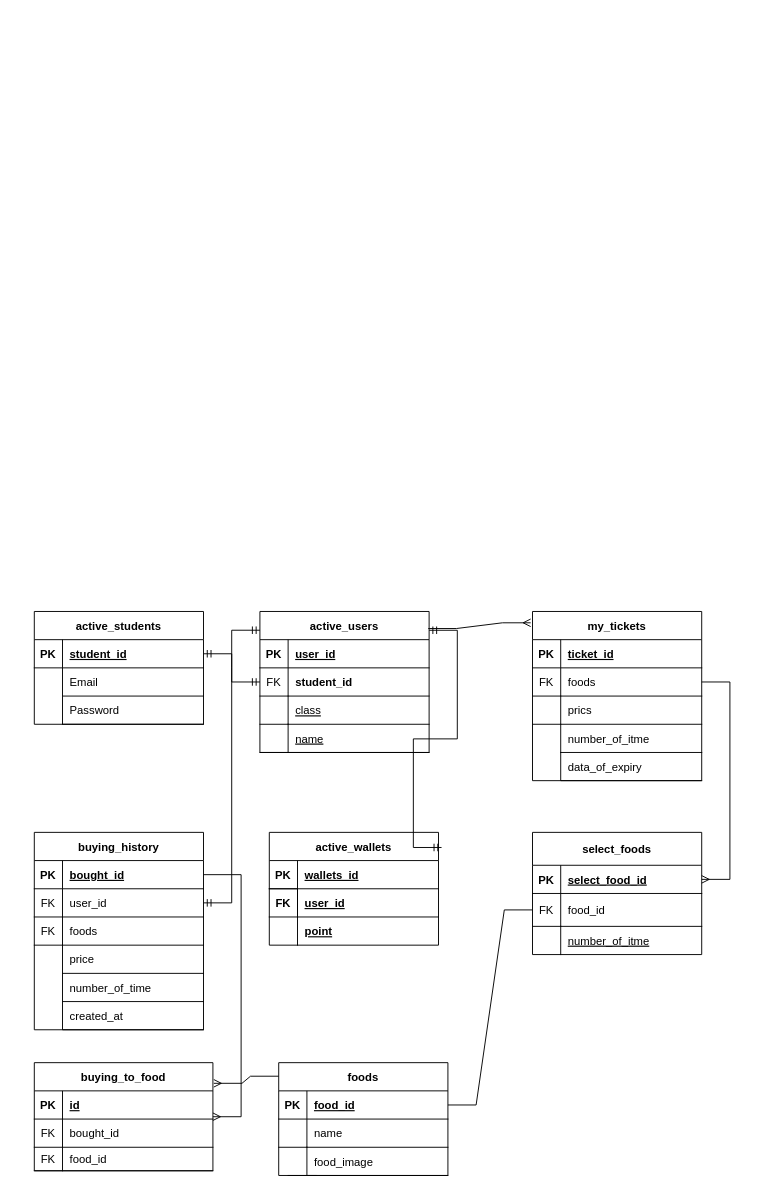
Before: api/名称未設定ファイル.drawio in set2002satoshi/web_content, a draw.io diagram. Source tidied: cells renumbered, new cells numbered last; positions are measured from the earlier drawing's top-left corner, leaving out a move shared by most shapes. Both pictures are drawn from the tidied source at 94%, with x=0, y=0 at pixel (15, 611).
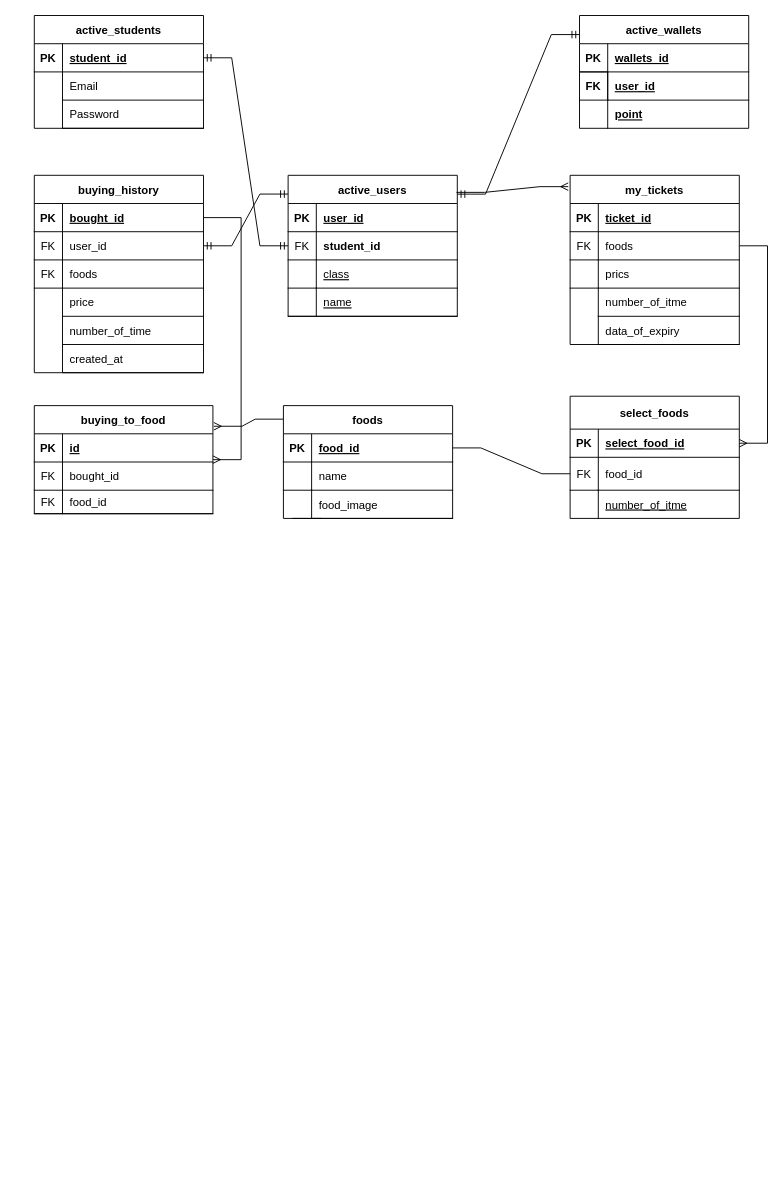
After the change.

Commit message:
名称未設定ファイル.drawio を更新します

Unchanged cells that the change refers to:
```xml
<mxCell id="76" style="shape=tableRow;horizontal=0;startSize=0;swimlaneHead=0;swimlaneBody=0;fillColor=none;top=0;left=0;right=0;bottom=0;" parent="1" vertex="1">
  <mxGeometry y="500" width="180" height="30" as="geometry" />
</mxCell>
```

What changed in the source:
```diff
@@
     <mxCell id="2" value="active_students" style="shape=table;startSize=30;childLayout=tableLayout;rowLines=0;fontStyle=1;align=center;" parent="1" vertex="1">
-      <mxGeometry x="20" width="180" height="120" as="geometry" />
+      <mxGeometry x="20" y="-634" width="180" height="120" as="geometry" />
     </mxCell>
@@
     <mxCell id="12" value="active_users" style="shape=table;startSize=30;childLayout=tableLayout;rowLines=0;fontStyle=1;align=center;" parent="1" vertex="1">
-      <mxGeometry x="260" width="180" height="150" as="geometry" />
+      <mxGeometry x="290" y="-464" width="180" height="150" as="geometry" />
     </mxCell>
@@
     <mxCell id="22" value="active_wallets" style="shape=table;startSize=30;childLayout=tableLayout;rowLines=0;fontStyle=1;align=center;" parent="1" vertex="1">
-      <mxGeometry x="270" y="235" width="180" height="120" as="geometry" />
+      <mxGeometry x="600" y="-634" width="180" height="120" as="geometry" />
     </mxCell>
@@
     <mxCell id="30" value="my_tickets" style="shape=table;startSize=30;childLayout=tableLayout;rowLines=0;fontStyle=1;align=center;" parent="1" vertex="1">
-      <mxGeometry x="550" width="180" height="180" as="geometry" />
+      <mxGeometry x="590" y="-464" width="180" height="180" as="geometry" />
     </mxCell>
@@
     <mxCell id="43" value="user_id" style="shape=partialRectangle;fillColor=none;top=0;left=1;bottom=0;right=0;align=left;spacingLeft=6;fontStyle=5;overflow=hidden;" parent="1" vertex="1">
-      <mxGeometry x="300" y="295" width="150" height="30" as="geometry" />
+      <mxGeometry x="630" y="-574" width="150" height="30" as="geometry" />
     </mxCell>
-    <mxCell id="44" style="edgeStyle=entityRelationEdgeStyle;fontSize=12;html=1;endArrow=ERmandOne;startArrow=ERmandOne;rounded=0;fontColor=none;entryX=1.018;entryY=0.134;entryDx=0;entryDy=0;entryPerimeter=0;" parent="1" edge="1" target="22">
+    <mxCell id="44" style="edgeStyle=entityRelationEdgeStyle;fontSize=12;html=1;endArrow=ERmandOne;startArrow=ERmandOne;rounded=0;fontColor=none;entryX=0;entryY=0.169;entryDx=0;entryDy=0;entryPerimeter=0;" parent="1" edge="1" target="22">
       <mxGeometry relative="1" as="geometry">
-        <mxPoint x="440" y="20" as="sourcePoint" />
+        <mxPoint x="470" y="-444" as="sourcePoint" />
       </mxGeometry>
     </mxCell>
     <mxCell id="45" style="shape=tableRow;horizontal=0;startSize=0;swimlaneHead=0;swimlaneBody=0;fillColor=none;top=0;left=0;right=0;bottom=1;" parent="1" vertex="1">
-      <mxGeometry x="260" y="120" width="180" height="30" as="geometry" />
+      <mxGeometry x="290" y="-344" width="180" height="30" as="geometry" />
     </mxCell>
     <mxCell id="46" value="class" style="shape=partialRectangle;fillColor=none;top=0;left=0;bottom=0;right=0;align=left;spacingLeft=6;fontStyle=4;overflow=hidden;fontColor=default;strokeColor=default;" parent="1" vertex="1">
-      <mxGeometry x="290" y="90" width="150" height="30" as="geometry" />
+      <mxGeometry x="320" y="-374" width="150" height="30" as="geometry" />
     </mxCell>
     <mxCell id="47" style="shape=partialRectangle;fillColor=none;top=0;left=0;bottom=1;right=0;fontStyle=1;overflow=hidden;colspan=1;" parent="1" vertex="1">
-      <mxGeometry x="260" y="90" width="30" height="30" as="geometry" />
+      <mxGeometry x="290" y="-374" width="30" height="30" as="geometry" />
     </mxCell>
     <mxCell id="48" value="name" style="shape=partialRectangle;fillColor=none;top=0;left=1;bottom=0;right=0;align=left;spacingLeft=6;fontStyle=4;overflow=hidden;" parent="1" vertex="1">
-      <mxGeometry x="290" y="120" width="150" height="30" as="geometry" />
+      <mxGeometry x="320" y="-344" width="150" height="30" as="geometry" />
     </mxCell>
@@
     <mxCell id="50" value="FK" style="shape=partialRectangle;fillColor=none;top=1;left=0;bottom=1;right=0;fontStyle=1;overflow=hidden;colspan=1;" parent="1" vertex="1">
-      <mxGeometry x="270" y="295" width="30" height="30" as="geometry" />
+      <mxGeometry x="600" y="-574" width="30" height="30" as="geometry" />
     </mxCell>
     <mxCell id="51" value="point" style="shape=partialRectangle;fillColor=none;top=0;left=1;bottom=0;right=0;align=left;spacingLeft=6;fontStyle=5;overflow=hidden;" parent="1" vertex="1">
-      <mxGeometry x="300" y="325" width="150" height="30" as="geometry" />
+      <mxGeometry x="630" y="-544" width="150" height="30" as="geometry" />
     </mxCell>
     <mxCell id="52" style="shape=tableRow;horizontal=0;startSize=0;swimlaneHead=0;swimlaneBody=0;fillColor=none;top=0;left=0;right=0;bottom=0;" parent="1" vertex="1">
-      <mxGeometry x="550" y="150" width="180" height="30" as="geometry" />
+      <mxGeometry x="590" y="-314" width="180" height="30" as="geometry" />
     </mxCell>
@@
     <mxCell id="55" value="select_foods" style="shape=table;startSize=35;childLayout=tableLayout;rowLines=0;fontStyle=1;align=center;" parent="1" vertex="1">
-      <mxGeometry x="550" y="235" width="180" height="130" as="geometry" />
+      <mxGeometry x="590" y="-229" width="180" height="130" as="geometry" />
     </mxCell>
@@
     <mxCell id="62" style="shape=tableRow;horizontal=0;startSize=0;swimlaneHead=0;swimlaneBody=0;fillColor=none;top=0;left=0;right=0;bottom=0;" parent="1" vertex="1">
-      <mxGeometry x="550" y="325" width="180" height="30" as="geometry" />
+      <mxGeometry x="590" y="-139" width="180" height="30" as="geometry" />
     </mxCell>
     <mxCell id="63" style="shape=tableRow;horizontal=0;startSize=0;swimlaneHead=0;swimlaneBody=0;fillColor=none;top=0;left=0;right=0;bottom=0;" parent="1" vertex="1">
-      <mxGeometry x="550" y="305" width="180" height="30" as="geometry" />
+      <mxGeometry x="590" y="-159" width="180" height="30" as="geometry" />
     </mxCell>
     <mxCell id="64" style="shape=tableRow;horizontal=0;startSize=0;swimlaneHead=0;swimlaneBody=0;fillColor=none;top=0;left=0;right=0;bottom=0;" parent="1" vertex="1">
-      <mxGeometry x="560" y="355" width="180" height="30" as="geometry" />
+      <mxGeometry x="600" y="465" width="180" height="30" as="geometry" />
     </mxCell>
@@
     <mxCell id="66" value="buying_history" style="shape=table;startSize=30;childLayout=tableLayout;rowLines=0;fontStyle=1;align=center;" parent="1" vertex="1">
-      <mxGeometry x="20" y="235" width="180" height="210" as="geometry" />
+      <mxGeometry x="20" y="-464" width="180" height="210" as="geometry" />
     </mxCell>
@@
     <mxCell id="78" value="number_of_time" style="shape=partialRectangle;fillColor=none;top=0;left=1;bottom=1;right=0;align=left;spacingLeft=6;overflow=hidden;" parent="76" vertex="1">
-      <mxGeometry x="50" y="-115" width="150" height="30" as="geometry" />
+      <mxGeometry x="50" y="-814" width="150" height="30" as="geometry" />
     </mxCell>
     <mxCell id="79" value="created_at" style="shape=partialRectangle;fillColor=none;top=0;left=1;bottom=1;right=0;align=left;spacingLeft=6;overflow=hidden;" parent="1" vertex="1">
-      <mxGeometry x="50" y="415" width="150" height="30" as="geometry" />
+      <mxGeometry x="50" y="-284" width="150" height="30" as="geometry" />
     </mxCell>
     <mxCell id="80" value="price" style="shape=partialRectangle;fillColor=none;top=0;left=1;bottom=1;right=0;align=left;spacingLeft=6;overflow=hidden;" parent="1" vertex="1">
-      <mxGeometry x="50" y="355" width="150" height="30" as="geometry" />
+      <mxGeometry x="50" y="-344" width="150" height="30" as="geometry" />
     </mxCell>
@@
     <mxCell id="82" value="foods" style="shape=table;startSize=30;childLayout=tableLayout;rowLines=0;fontStyle=1;align=center;" parent="1" vertex="1">
-      <mxGeometry x="280" y="480" width="180" height="120" as="geometry" />
+      <mxGeometry x="285" y="-219" width="180" height="120" as="geometry" />
     </mxCell>
@@
     <mxCell id="89" style="shape=tableRow;horizontal=0;startSize=0;swimlaneHead=0;swimlaneBody=0;fillColor=none;top=0;left=0;right=0;bottom=0;" parent="1" vertex="1">
-      <mxGeometry x="280" y="570" width="180" height="30" as="geometry" />
+      <mxGeometry x="285" y="-129" width="180" height="30" as="geometry" />
     </mxCell>
     <mxCell id="90" style="shape=tableRow;horizontal=0;startSize=0;swimlaneHead=0;swimlaneBody=0;fillColor=none;top=0;left=0;right=0;bottom=0;" parent="1" vertex="1">
-      <mxGeometry x="280" y="550" width="180" height="30" as="geometry" />
+      <mxGeometry x="285" y="-149" width="180" height="30" as="geometry" />
     </mxCell>
     <mxCell id="91" style="shape=tableRow;horizontal=0;startSize=0;swimlaneHead=0;swimlaneBody=0;fillColor=none;top=0;left=0;right=0;bottom=0;" parent="1" vertex="1">
-      <mxGeometry x="290" y="570" width="180" height="30" as="geometry" />
+      <mxGeometry x="295" y="-129" width="180" height="30" as="geometry" />
     </mxCell>
@@
     <mxCell id="94" value="buying_to_food" style="shape=table;startSize=30;childLayout=tableLayout;rowLines=0;fontStyle=1;align=center;" parent="1" vertex="1">
-      <mxGeometry x="20" y="480" width="190" height="115" as="geometry" />
+      <mxGeometry x="20" y="-219" width="190" height="115" as="geometry" />
     </mxCell>
@@
     <mxCell id="107" value="number_of_itme" style="shape=partialRectangle;fillColor=none;top=0;left=1;bottom=0;right=0;align=left;spacingLeft=6;fontStyle=4;overflow=hidden;strokeColor=default;" parent="1" vertex="1">
-      <mxGeometry x="580" y="335" width="150" height="30" as="geometry" />
+      <mxGeometry x="620" y="-129" width="150" height="30" as="geometry" />
     </mxCell>
```
